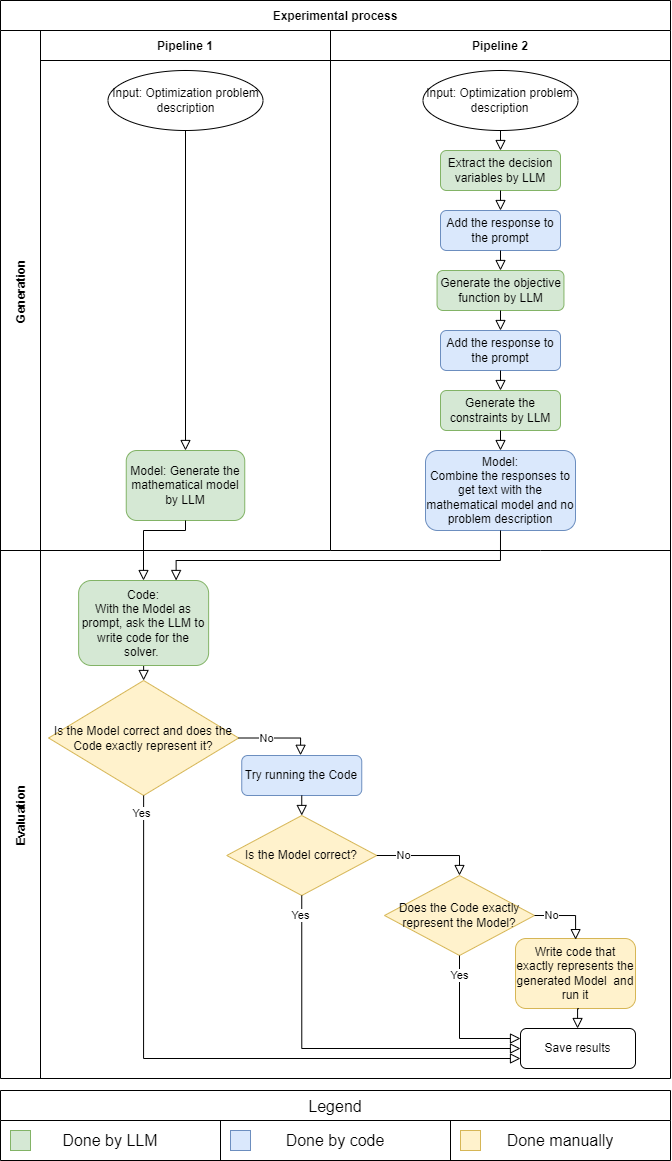
RiVuss/LLMsForOptimizationModelling keeps this draw.io diagram as PipelineFlowcharts/Overview.drawio.png. Above is the earlier version. Source tidied: cells renumbered, new cells last; positions are measured from the earlier drawing's top-left corner, leaving out a move shared by most shapes.
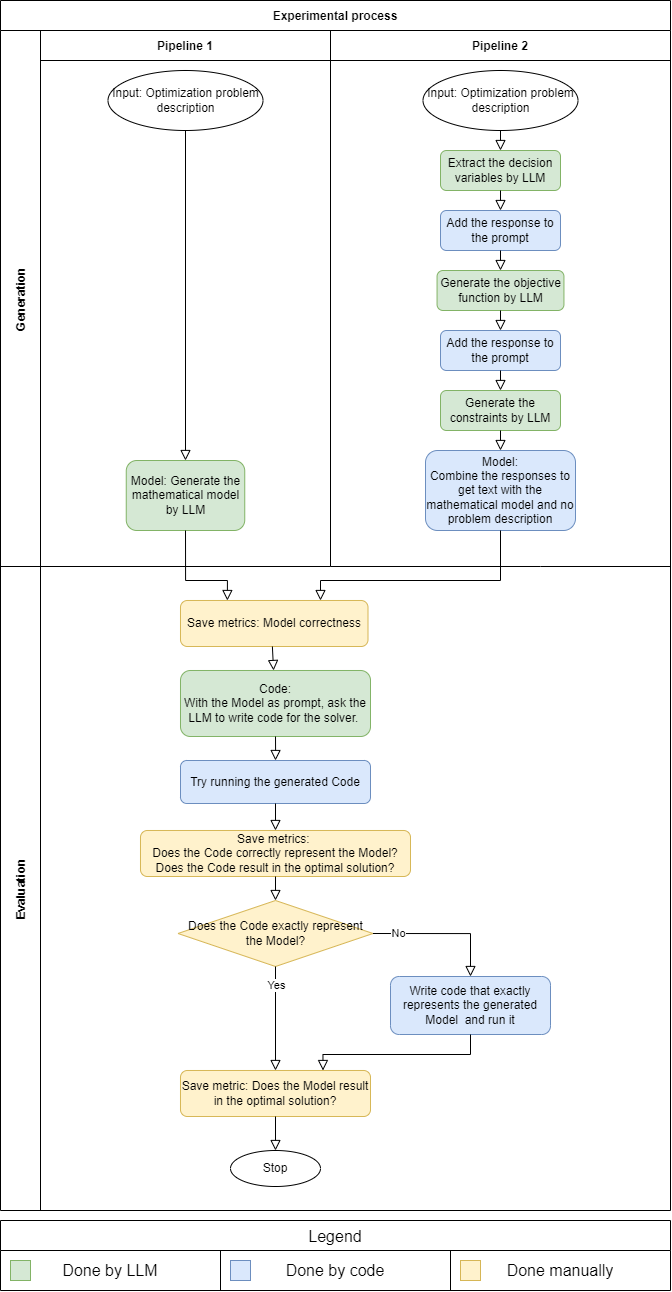
Above is the later version.

What changed in the source:
```diff
@@ -3,25 +3,25 @@
     <mxCell id="0" />
     <mxCell id="1" parent="0" />
     <mxCell id="2" value="Experimental process" style="shape=table;startSize=30;fillColor=none;fontStyle=1;" parent="1" vertex="1">
-      <mxGeometry width="670" height="1078" as="geometry" />
+      <mxGeometry y="-130" width="670" height="1210" as="geometry" />
     </mxCell>
     <mxCell id="3" value="Generation" style="shape=tableRow;horizontal=0;swimlaneHead=0;swimlaneBody=0;top=0;left=0;bottom=0;right=0;fillColor=none;startSize=40;fontStyle=1;" parent="2" vertex="1">
-      <mxGeometry y="30" width="670" height="520" as="geometry" />
+      <mxGeometry y="30" width="670" height="536" as="geometry" />
     </mxCell>
     <mxCell id="4" value="Pipeline 1" style="swimlane;swimlaneHead=0;swimlaneBody=0;fillColor=none;startSize=30;fontStyle=1;" parent="3" vertex="1">
-      <mxGeometry x="40" width="290" height="520" as="geometry" />
+      <mxGeometry x="40" width="290" height="536" as="geometry" />
     </mxCell>
     <mxCell id="5" value="Input: Optimization problem description" style="ellipse;whiteSpace=wrap;html=1;" parent="4" vertex="1">
       <mxGeometry x="67.5" y="40" width="155" height="60" as="geometry" />
     </mxCell>
     <mxCell id="6" value="Model: Generate the mathematical model by LLM" style="rounded=1;whiteSpace=wrap;html=1;fontSize=12;glass=0;strokeWidth=1;shadow=0;fillColor=#d5e8d4;strokeColor=#82b366;" parent="4" vertex="1">
-      <mxGeometry x="85.8" y="420" width="118.5" height="70" as="geometry" />
+      <mxGeometry x="85.8" y="430" width="118.5" height="70" as="geometry" />
     </mxCell>
     <mxCell id="7" style="rounded=0;html=1;jettySize=auto;fontSize=11;endArrow=block;endFill=0;endSize=8;strokeWidth=1;shadow=0;labelBackgroundColor=none;edgeStyle=orthogonalEdgeStyle;entryX=0.5;entryY=0;entryDx=0;entryDy=0;exitX=0.5;exitY=1;exitDx=0;exitDy=0;" parent="4" edge="1" source="5" target="6">
       <mxGeometry relative="1" as="geometry" />
     </mxCell>
     <mxCell id="8" value="Pipeline 2" style="swimlane;swimlaneHead=0;swimlaneBody=0;fillColor=none;startSize=30;fontStyle=1;rowspan=1;colspan=2;" parent="3" vertex="1">
-      <mxGeometry x="330" width="340" height="520" as="geometry" />
+      <mxGeometry x="330" width="340" height="536" as="geometry" />
     </mxCell>
     <mxCell id="9" value="Input: Optimization problem description" style="ellipse;whiteSpace=wrap;html=1;" parent="8" vertex="1">
       <mxGeometry x="92.5" y="40" width="155" height="60" as="geometry" />
@@ -63,130 +63,99 @@
       <mxGeometry relative="1" as="geometry" />
     </mxCell>
     <mxCell id="22" value="Evaluation" style="shape=tableRow;horizontal=0;swimlaneHead=0;swimlaneBody=0;top=0;left=0;bottom=0;right=0;fillColor=none;startSize=40;fontStyle=1;" parent="2" vertex="1">
-      <mxGeometry y="550" width="670" height="528" as="geometry" />
+      <mxGeometry y="566" width="670" height="644" as="geometry" />
     </mxCell>
     <mxCell id="23" style="swimlane;swimlaneHead=0;swimlaneBody=0;fillColor=none;startSize=0;fontStyle=1;rowspan=1;colspan=3;" parent="22" vertex="1">
-      <mxGeometry x="40" width="630" height="528" as="geometry" />
+      <mxGeometry x="40" width="630" height="644" as="geometry" />
     </mxCell>
-    <mxCell id="24" value="Is the Model correct and does the Code exactly represent it?" style="rhombus;whiteSpace=wrap;html=1;fillColor=#fff2cc;strokeColor=#d6b656;" parent="23" vertex="1">
-      <mxGeometry x="8.1" y="130" width="190" height="115" as="geometry" />
+    <mxCell id="24" value="Does the Code exactly represent the Model?" style="rhombus;whiteSpace=wrap;html=1;fillColor=#fff2cc;strokeColor=#d6b656;" parent="23" vertex="1">
+      <mxGeometry x="137.5" y="334" width="195" height="66" as="geometry" />
     </mxCell>
-    <mxCell id="25" style="rounded=0;html=1;jettySize=auto;fontSize=11;endArrow=block;endFill=0;endSize=8;strokeWidth=1;shadow=0;labelBackgroundColor=none;edgeStyle=orthogonalEdgeStyle;entryX=0.5;entryY=0;entryDx=0;entryDy=0;exitX=0.5;exitY=1;exitDx=0;exitDy=0;" parent="23" edge="1" source="37" target="24">
-      <mxGeometry relative="1" as="geometry" />
-    </mxCell>
-    <mxCell id="26" style="rounded=0;html=1;jettySize=auto;fontSize=11;endArrow=block;endFill=0;endSize=8;strokeWidth=1;shadow=0;labelBackgroundColor=none;edgeStyle=orthogonalEdgeStyle;entryX=0.49;entryY=-0.005;entryDx=0;entryDy=0;exitX=1;exitY=0.5;exitDx=0;exitDy=0;entryPerimeter=0;" parent="23" edge="1" source="24" target="29">
-      <mxGeometry relative="1" as="geometry">
-        <Array as="points">
-          <mxPoint x="260" y="188" />
-        </Array>
-      </mxGeometry>
-    </mxCell>
-    <mxCell id="27" value="No" style="edgeLabel;html=1;align=center;verticalAlign=middle;" parent="26" vertex="1">
-      <mxGeometry x="-0.01" y="1" relative="1" as="geometry">
-        <mxPoint x="-11.5" y="1" as="offset" />
-      </mxGeometry>
-    </mxCell>
-    <mxCell id="28" value="Does the Code exactly represent the Model?" style="rhombus;whiteSpace=wrap;html=1;fillColor=#fff2cc;strokeColor=#d6b656;" parent="23" vertex="1">
-      <mxGeometry x="344" y="325" width="150" height="80" as="geometry" />
-    </mxCell>
-    <mxCell id="29" value="Try running the Code" style="rounded=1;whiteSpace=wrap;html=1;fontSize=12;glass=0;strokeWidth=1;shadow=0;fillColor=#dae8fc;strokeColor=#6c8ebf;" parent="23" vertex="1">
-      <mxGeometry x="201.2" y="205" width="120" height="40" as="geometry" />
-    </mxCell>
-    <mxCell id="30" value="Is the Model correct?" style="rhombus;whiteSpace=wrap;html=1;fillColor=#fff2cc;strokeColor=#d6b656;" parent="23" vertex="1">
-      <mxGeometry x="186.2" y="265" width="150" height="80" as="geometry" />
-    </mxCell>
-    <mxCell id="31" value="Write code that exactly represents the generated Model&amp;nbsp; and run it" style="rounded=1;whiteSpace=wrap;html=1;fontSize=12;glass=0;strokeWidth=1;shadow=0;fillColor=#fff2cc;strokeColor=#d6b656;" parent="23" vertex="1">
-      <mxGeometry x="475" y="388" width="120" height="70" as="geometry" />
+    <mxCell id="31" value="Write code that exactly represents the generated Model&amp;nbsp; and run it" style="rounded=1;whiteSpace=wrap;html=1;fontSize=12;glass=0;strokeWidth=1;shadow=0;fillColor=#dae8fc;strokeColor=#6c8ebf;" parent="23" vertex="1">
+      <mxGeometry x="350" y="410" width="160" height="58" as="geometry" />
     </mxCell>
-    <mxCell id="32" style="rounded=0;html=1;jettySize=auto;fontSize=11;endArrow=block;endFill=0;endSize=8;strokeWidth=1;shadow=0;labelBackgroundColor=none;edgeStyle=orthogonalEdgeStyle;entryX=0.5;entryY=0;entryDx=0;entryDy=0;exitX=0.5;exitY=1;exitDx=0;exitDy=0;" parent="23" edge="1" source="29" target="30">
-      <mxGeometry relative="1" as="geometry" />
-    </mxCell>
-    <mxCell id="33" style="rounded=0;html=1;jettySize=auto;fontSize=11;endArrow=block;endFill=0;endSize=8;strokeWidth=1;shadow=0;labelBackgroundColor=none;edgeStyle=orthogonalEdgeStyle;entryX=0.5;entryY=0;entryDx=0;entryDy=0;exitX=1;exitY=0.5;exitDx=0;exitDy=0;" parent="23" edge="1" source="30" target="28">
-      <mxGeometry relative="1" as="geometry">
-        <Array as="points">
-          <mxPoint x="419" y="305" />
-        </Array>
-      </mxGeometry>
-    </mxCell>
-    <mxCell id="34" value="No" style="edgeLabel;html=1;align=center;verticalAlign=middle;" parent="33" vertex="1">
-      <mxGeometry x="-0.01" y="1" relative="1" as="geometry">
-        <mxPoint x="-24.6" y="1" as="offset" />
-      </mxGeometry>
-    </mxCell>
-    <mxCell id="35" style="rounded=0;html=1;jettySize=auto;fontSize=11;endArrow=block;endFill=0;endSize=8;strokeWidth=1;shadow=0;labelBackgroundColor=none;edgeStyle=orthogonalEdgeStyle;exitX=1;exitY=0.5;exitDx=0;exitDy=0;entryX=0.501;entryY=0.016;entryDx=0;entryDy=0;entryPerimeter=0;" parent="23" edge="1" source="28" target="31">
-      <mxGeometry relative="1" as="geometry">
-        <Array as="points">
-          <mxPoint x="535" y="365" />
-        </Array>
-      </mxGeometry>
-    </mxCell>
-    <mxCell id="36" value="No" style="edgeLabel;html=1;align=center;verticalAlign=middle;" parent="35" vertex="1">
-      <mxGeometry x="-0.01" y="1" relative="1" as="geometry">
-        <mxPoint x="-16" y="1" as="offset" />
-      </mxGeometry>
-    </mxCell>
     <mxCell id="37" value="Code: &lt;br&gt;With the Model as prompt, ask the LLM to write code for the solver.&amp;nbsp;" style="rounded=1;whiteSpace=wrap;html=1;fontSize=12;glass=0;strokeWidth=1;shadow=0;fillColor=#d5e8d4;strokeColor=#82b366;" parent="23" vertex="1">
-      <mxGeometry x="38.1" y="30" width="130" height="85" as="geometry" />
+      <mxGeometry x="140" y="104" width="190" height="66" as="geometry" />
     </mxCell>
-    <mxCell id="38" value="Save results" style="rounded=1;whiteSpace=wrap;html=1;" parent="23" vertex="1">
-      <mxGeometry x="480" y="478" width="115" height="40" as="geometry" />
-    </mxCell>
-    <mxCell id="39" style="rounded=0;html=1;jettySize=auto;fontSize=11;endArrow=block;endFill=0;endSize=8;strokeWidth=1;shadow=0;labelBackgroundColor=none;edgeStyle=orthogonalEdgeStyle;exitX=0.5;exitY=1;exitDx=0;exitDy=0;" parent="23" edge="1" source="24" target="38">
-      <mxGeometry relative="1" as="geometry">
-        <Array as="points">
-          <mxPoint x="103" y="508" />
-        </Array>
-      </mxGeometry>
-    </mxCell>
-    <mxCell id="40" value="Yes" style="edgeLabel;html=1;align=center;verticalAlign=middle;" parent="39" vertex="1">
-      <mxGeometry x="-0.01" y="1" relative="1" as="geometry">
-        <mxPoint x="-57" y="-244" as="offset" />
-      </mxGeometry>
-    </mxCell>
-    <mxCell id="41" style="rounded=0;html=1;jettySize=auto;fontSize=11;endArrow=block;endFill=0;endSize=8;strokeWidth=1;shadow=0;labelBackgroundColor=none;edgeStyle=orthogonalEdgeStyle;exitX=0.5;exitY=1;exitDx=0;exitDy=0;entryX=0;entryY=0.5;entryDx=0;entryDy=0;" parent="23" edge="1" source="30" target="38">
-      <mxGeometry relative="1" as="geometry">
-        <Array as="points">
-          <mxPoint x="261" y="498" />
-        </Array>
-      </mxGeometry>
-    </mxCell>
-    <mxCell id="42" style="rounded=0;html=1;jettySize=auto;fontSize=11;endArrow=block;endFill=0;endSize=8;strokeWidth=1;shadow=0;labelBackgroundColor=none;edgeStyle=orthogonalEdgeStyle;entryX=0;entryY=0.25;entryDx=0;entryDy=0;exitX=0.5;exitY=1;exitDx=0;exitDy=0;" parent="23" edge="1" source="28" target="38">
-      <mxGeometry relative="1" as="geometry">
-        <Array as="points">
-          <mxPoint x="419" y="488" />
-        </Array>
-      </mxGeometry>
-    </mxCell>
-    <mxCell id="43" style="rounded=0;html=1;jettySize=auto;fontSize=11;endArrow=block;endFill=0;endSize=8;strokeWidth=1;shadow=0;labelBackgroundColor=none;edgeStyle=orthogonalEdgeStyle;entryX=0.5;entryY=0;entryDx=0;entryDy=0;exitX=0.527;exitY=1.003;exitDx=0;exitDy=0;exitPerimeter=0;" parent="23" edge="1" source="31">
-      <mxGeometry relative="1" as="geometry">
-        <mxPoint x="537.1" y="478" as="targetPoint" />
-        <Array as="points">
-          <mxPoint x="537" y="458" />
-        </Array>
-      </mxGeometry>
-    </mxCell>
-    <mxCell id="44" value="Yes" style="edgeLabel;html=1;align=center;verticalAlign=middle;" parent="23" vertex="1">
-      <mxGeometry x="260" y="365" as="geometry" />
-    </mxCell>
-    <mxCell id="45" value="Yes" style="edgeLabel;html=1;align=center;verticalAlign=middle;" parent="23" vertex="1">
-      <mxGeometry x="419" y="425" as="geometry" />
-    </mxCell>
-    <mxCell id="46" style="rounded=0;html=1;jettySize=auto;fontSize=11;endArrow=block;endFill=0;endSize=8;strokeWidth=1;shadow=0;labelBackgroundColor=none;edgeStyle=orthogonalEdgeStyle;exitX=0.5;exitY=1;exitDx=0;exitDy=0;" parent="2" edge="1" source="6" target="37">
-      <mxGeometry relative="1" as="geometry">
-        <Array as="points">
-          <mxPoint x="185" y="530" />
-          <mxPoint x="143" y="530" />
-        </Array>
-      </mxGeometry>
-    </mxCell>
-    <mxCell id="47" style="rounded=0;html=1;jettySize=auto;fontSize=11;endArrow=block;endFill=0;endSize=8;strokeWidth=1;shadow=0;labelBackgroundColor=none;edgeStyle=orthogonalEdgeStyle;exitX=0.5;exitY=1;exitDx=0;exitDy=0;entryX=0.75;entryY=0;entryDx=0;entryDy=0;" parent="2" edge="1" source="18" target="37">
-      <mxGeometry relative="1" as="geometry">
-        <Array as="points">
-          <mxPoint x="500" y="560" />
-          <mxPoint x="176" y="560" />
-        </Array>
-      </mxGeometry>
-    </mxCell>
+    <mxCell id="56" value="Try running the generated Code" style="rounded=1;whiteSpace=wrap;html=1;fontSize=12;glass=0;strokeWidth=1;shadow=0;fillColor=#dae8fc;strokeColor=#6c8ebf;" parent="23" vertex="1">
+      <mxGeometry x="140" y="194" width="190" height="43" as="geometry" />
+    </mxCell>
+    <mxCell id="57" value="Save metrics: Model correctness" style="rounded=1;whiteSpace=wrap;html=1;fillColor=#fff2cc;strokeColor=#d6b656;" parent="23" vertex="1">
+      <mxGeometry x="140" y="34" width="187.5" height="46" as="geometry" />
+    </mxCell>
+    <mxCell id="58" value="Save metrics:&amp;nbsp;&lt;div&gt;Does the Code correctly represent the Model?&lt;br&gt;&lt;div&gt;Does the Code result in the optimal solution?&lt;/div&gt;&lt;/div&gt;" style="rounded=1;whiteSpace=wrap;html=1;fillColor=#fff2cc;strokeColor=#d6b656;" parent="23" vertex="1">
+      <mxGeometry x="100" y="264" width="270" height="46" as="geometry" />
+    </mxCell>
+    <mxCell id="59" value="Save metric: Does the Model result in the optimal solution?" style="rounded=1;whiteSpace=wrap;html=1;fillColor=#fff2cc;strokeColor=#d6b656;" parent="23" vertex="1">
+      <mxGeometry x="140" y="504" width="190" height="46" as="geometry" />
+    </mxCell>
+    <mxCell id="60" value="Stop" style="ellipse;whiteSpace=wrap;html=1;" parent="23" vertex="1">
+      <mxGeometry x="190" y="584" width="90" height="36" as="geometry" />
+    </mxCell>
+    <mxCell id="61" style="rounded=0;html=1;jettySize=auto;orthogonalLoop=1;fontSize=11;endArrow=block;endFill=0;endSize=8;strokeWidth=1;shadow=0;labelBackgroundColor=none;edgeStyle=orthogonalEdgeStyle;entryX=0.5;entryY=0;entryDx=0;entryDy=0;exitX=0.5;exitY=1;exitDx=0;exitDy=0;" parent="23" edge="1">
+      <mxGeometry relative="1" as="geometry">
+        <mxPoint x="231.9" y="80" as="sourcePoint" />
+        <mxPoint x="233.1" y="104" as="targetPoint" />
+        <Array as="points">
+          <mxPoint x="233.1" y="80" />
+          <mxPoint x="233.1" y="104" />
+        </Array>
+      </mxGeometry>
+    </mxCell>
+    <mxCell id="62" style="rounded=0;html=1;jettySize=auto;fontSize=11;endArrow=block;endFill=0;endSize=8;strokeWidth=1;shadow=0;labelBackgroundColor=none;edgeStyle=orthogonalEdgeStyle;entryX=0.5;entryY=0;entryDx=0;entryDy=0;exitX=0.5;exitY=1;exitDx=0;exitDy=0;" parent="23" edge="1" source="37" target="56">
+      <mxGeometry relative="1" as="geometry">
+        <Array as="points">
+          <mxPoint x="235" y="184" />
+          <mxPoint x="235" y="184" />
+        </Array>
+      </mxGeometry>
+    </mxCell>
+    <mxCell id="63" style="rounded=0;html=1;jettySize=auto;fontSize=11;endArrow=block;endFill=0;endSize=8;strokeWidth=1;shadow=0;labelBackgroundColor=none;edgeStyle=orthogonalEdgeStyle;entryX=0.5;entryY=0;entryDx=0;entryDy=0;exitX=0.5;exitY=1;exitDx=0;exitDy=0;" parent="23" edge="1" source="56" target="58">
+      <mxGeometry relative="1" as="geometry" />
+    </mxCell>
+    <mxCell id="64" style="rounded=0;html=1;jettySize=auto;fontSize=11;endArrow=block;endFill=0;endSize=8;strokeWidth=1;shadow=0;labelBackgroundColor=none;edgeStyle=orthogonalEdgeStyle;entryX=0.5;entryY=0;entryDx=0;entryDy=0;exitX=0.5;exitY=1;exitDx=0;exitDy=0;" parent="23" edge="1" source="58" target="24">
+      <mxGeometry relative="1" as="geometry" />
+    </mxCell>
+    <mxCell id="65" style="rounded=0;html=1;jettySize=auto;fontSize=11;endArrow=block;endFill=0;endSize=8;strokeWidth=1;shadow=0;labelBackgroundColor=none;edgeStyle=orthogonalEdgeStyle;entryX=0.5;entryY=0;entryDx=0;entryDy=0;exitX=0.5;exitY=1;exitDx=0;exitDy=0;" parent="23" edge="1" source="24" target="59">
+      <mxGeometry relative="1" as="geometry" />
+    </mxCell>
+    <mxCell id="66" value="Yes" style="edgeLabel;html=1;align=center;verticalAlign=middle;" parent="65" vertex="1">
+      <mxGeometry x="-0.66" relative="1" as="geometry" />
+    </mxCell>
+    <mxCell id="67" style="rounded=0;html=1;jettySize=auto;fontSize=11;endArrow=block;endFill=0;endSize=8;strokeWidth=1;shadow=0;labelBackgroundColor=none;edgeStyle=orthogonalEdgeStyle;entryX=0.5;entryY=0;entryDx=0;entryDy=0;exitX=1;exitY=0.5;exitDx=0;exitDy=0;" parent="23" edge="1" source="24" target="31">
+      <mxGeometry relative="1" as="geometry" />
+    </mxCell>
+    <mxCell id="68" value="No" style="edgeLabel;html=1;align=center;verticalAlign=middle;" parent="67" vertex="1">
+      <mxGeometry x="-0.64" y="1" relative="1" as="geometry" />
+    </mxCell>
+    <mxCell id="69" style="rounded=0;html=1;jettySize=auto;fontSize=11;endArrow=block;endFill=0;endSize=8;strokeWidth=1;shadow=0;labelBackgroundColor=none;edgeStyle=orthogonalEdgeStyle;entryX=0.75;entryY=0;entryDx=0;entryDy=0;exitX=0.5;exitY=1;exitDx=0;exitDy=0;" parent="23" edge="1" source="31" target="59">
+      <mxGeometry relative="1" as="geometry">
+        <Array as="points">
+          <mxPoint x="430" y="488" />
+          <mxPoint x="282" y="488" />
+        </Array>
+      </mxGeometry>
+    </mxCell>
+    <mxCell id="70" style="rounded=0;html=1;jettySize=auto;fontSize=11;endArrow=block;endFill=0;endSize=8;strokeWidth=1;shadow=0;labelBackgroundColor=none;edgeStyle=orthogonalEdgeStyle;entryX=0.5;entryY=0;entryDx=0;entryDy=0;exitX=0.5;exitY=1;exitDx=0;exitDy=0;" parent="23" edge="1" source="59" target="60">
+      <mxGeometry relative="1" as="geometry" />
+    </mxCell>
+    <mxCell id="71" style="rounded=0;html=1;jettySize=auto;fontSize=11;endArrow=block;endFill=0;endSize=8;strokeWidth=1;shadow=0;labelBackgroundColor=none;edgeStyle=orthogonalEdgeStyle;entryX=0.25;entryY=0;entryDx=0;entryDy=0;exitX=0.5;exitY=1;exitDx=0;exitDy=0;" parent="2" edge="1" source="6" target="57">
+      <mxGeometry relative="1" as="geometry">
+        <Array as="points">
+          <mxPoint x="185" y="580" />
+          <mxPoint x="227" y="580" />
+        </Array>
+      </mxGeometry>
+    </mxCell>
+    <mxCell id="72" style="rounded=0;html=1;jettySize=auto;fontSize=11;endArrow=block;endFill=0;endSize=8;strokeWidth=1;shadow=0;labelBackgroundColor=none;edgeStyle=orthogonalEdgeStyle;entryX=0.75;entryY=0;entryDx=0;entryDy=0;exitX=0.5;exitY=1;exitDx=0;exitDy=0;" parent="2" edge="1" source="18" target="57">
+      <mxGeometry relative="1" as="geometry">
+        <Array as="points">
+          <mxPoint x="500" y="580" />
+          <mxPoint x="320" y="580" />
+          <mxPoint x="320" y="600" />
+        </Array>
+      </mxGeometry>
+    </mxCell>
     <mxCell id="48" value="Legend" style="shape=table;startSize=30;strokeColor=default;fontSize=16;" parent="1" vertex="1">
       <mxGeometry y="1090" width="670" height="70" as="geometry" />
     </mxCell>
```
